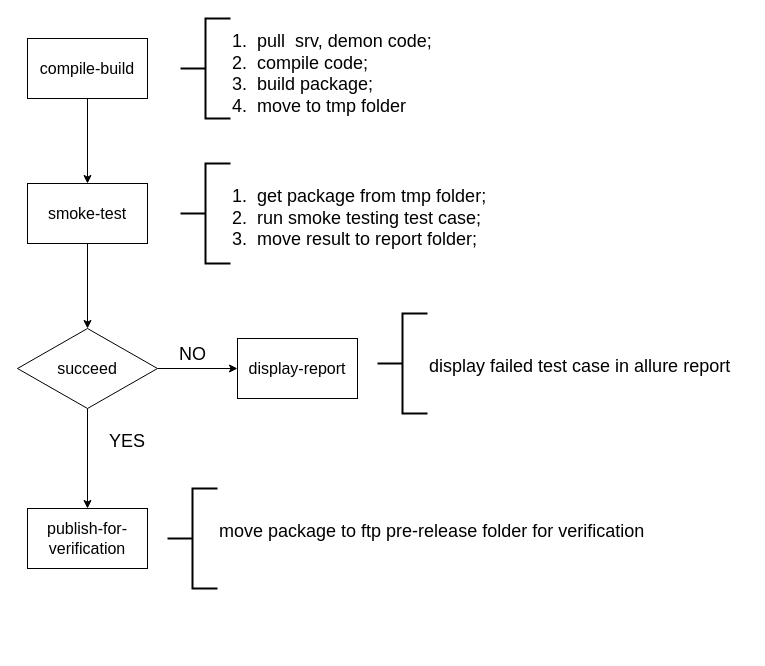
This is gitlab pipeline.drawio from Chenguoqing2008/drawio, a draw.io file, before an edit. Source tidied: cells renumbered, new cells numbered last; positions are measured from the earlier drawing's top-left corner, leaving out a move shared by most shapes. Both pictures are drawn from the tidied source at 100%, with x=0, y=0 at pixel (17, 18).
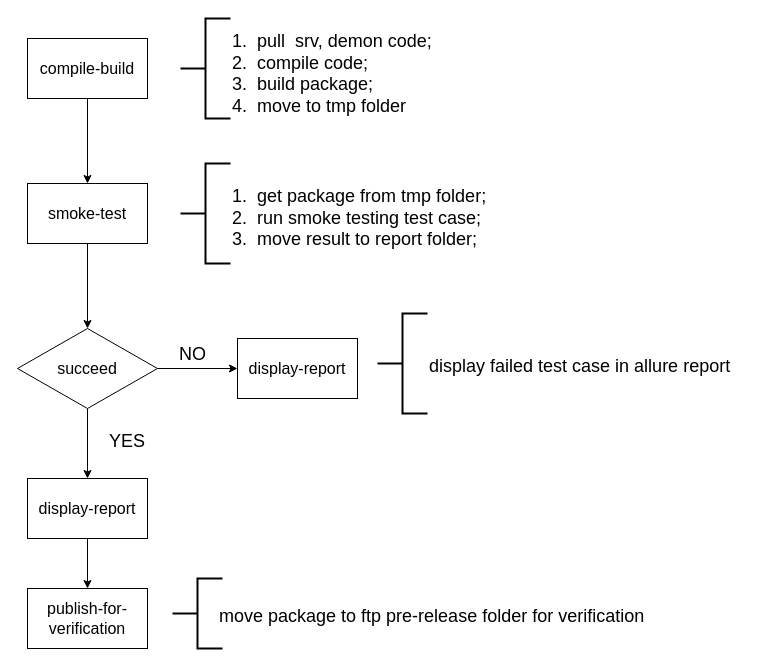
The same diagram, later.

The change refers to these unchanged cells:
```xml
<mxCell id="12" value="&lt;font style=&quot;font-size: 16px&quot;&gt;succeed&lt;/font&gt;" style="rhombus;whiteSpace=wrap;html=1;" parent="1" vertex="1">
  <mxGeometry y="310" width="140" height="80" as="geometry" />
</mxCell>
```

Diff of the diagram source:
```diff
@@
-    <mxCell id="10" style="edgeStyle=orthogonalEdgeStyle;rounded=0;jettySize=auto;html=1;exitX=0.5;exitY=1;exitDx=0;exitDy=0;entryX=0.5;entryY=0;entryDx=0;entryDy=0;" parent="1" edge="1" source="12" target="13">
-      <mxGeometry relative="1" as="geometry" />
-    </mxCell>
@@
+    <mxCell id="21" style="edgeStyle=orthogonalEdgeStyle;rounded=0;jettySize=auto;html=1;exitX=0.5;exitY=1;exitDx=0;exitDy=0;entryX=0.5;entryY=0;entryDx=0;entryDy=0;" parent="1" edge="1" source="12" target="23">
+      <mxGeometry relative="1" as="geometry" />
+    </mxCell>
@@
     <mxCell id="13" value="&lt;font style=&quot;font-size: 16px&quot;&gt;publish-for-verification&lt;/font&gt;" style="rounded=0;whiteSpace=wrap;html=1;" parent="1" vertex="1">
-      <mxGeometry x="10" y="490" width="120" height="60" as="geometry" />
+      <mxGeometry x="10" y="570" width="120" height="60" as="geometry" />
     </mxCell>
@@
     <mxCell id="15" style="strokeWidth=2;html=1;shape=mxgraph.flowchart.annotation_2;align=left;labelPosition=right;" parent="1" vertex="1">
-      <mxGeometry x="150" y="470" width="50" height="100" as="geometry" />
+      <mxGeometry x="155" y="560" width="50" height="70" as="geometry" />
     </mxCell>
     <mxCell id="16" value="&lt;font style=&quot;font-size: 18px&quot;&gt;move package to ftp pre-release folder for verification&lt;/font&gt;" style="text;html=1;align=left;verticalAlign=top;spacingTop=-4;" parent="1" vertex="1">
-      <mxGeometry x="200" y="500" width="440" height="20" as="geometry" />
+      <mxGeometry x="200" y="585" width="440" height="20" as="geometry" />
     </mxCell>
@@
+    <mxCell id="22" style="edgeStyle=orthogonalEdgeStyle;rounded=0;jettySize=auto;html=1;exitX=0.5;exitY=1;exitDx=0;exitDy=0;entryX=0.5;entryY=0;entryDx=0;entryDy=0;" parent="1" edge="1" source="23" target="13">
+      <mxGeometry relative="1" as="geometry" />
+    </mxCell>
+    <mxCell id="23" value="&lt;font style=&quot;font-size: 16px&quot;&gt;display-report&lt;/font&gt;" style="rounded=0;whiteSpace=wrap;html=1;" parent="1" vertex="1">
+      <mxGeometry x="10" y="460" width="120" height="60" as="geometry" />
+    </mxCell>
```
